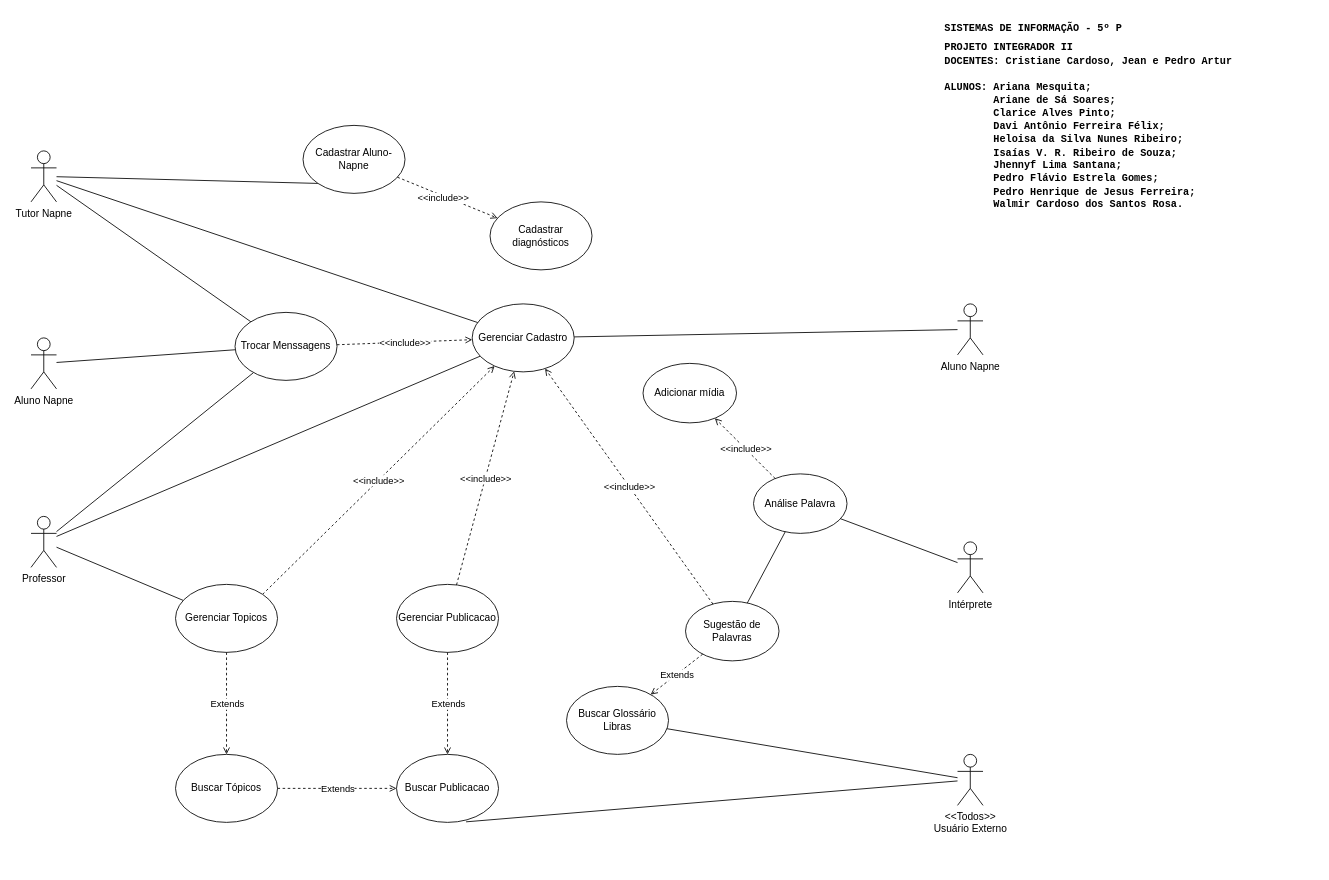
Above: Casos_Uso.drawio in arianamesquita/IFCoders (draw.io), before the change. Source tidied: cells renumbered, new cells numbered last; positions are measured from the earlier drawing's top-left corner, leaving out a move shared by most shapes. Both pictures are drawn from the tidied source at 85%, with x=0, y=0 at pixel (31, 23).
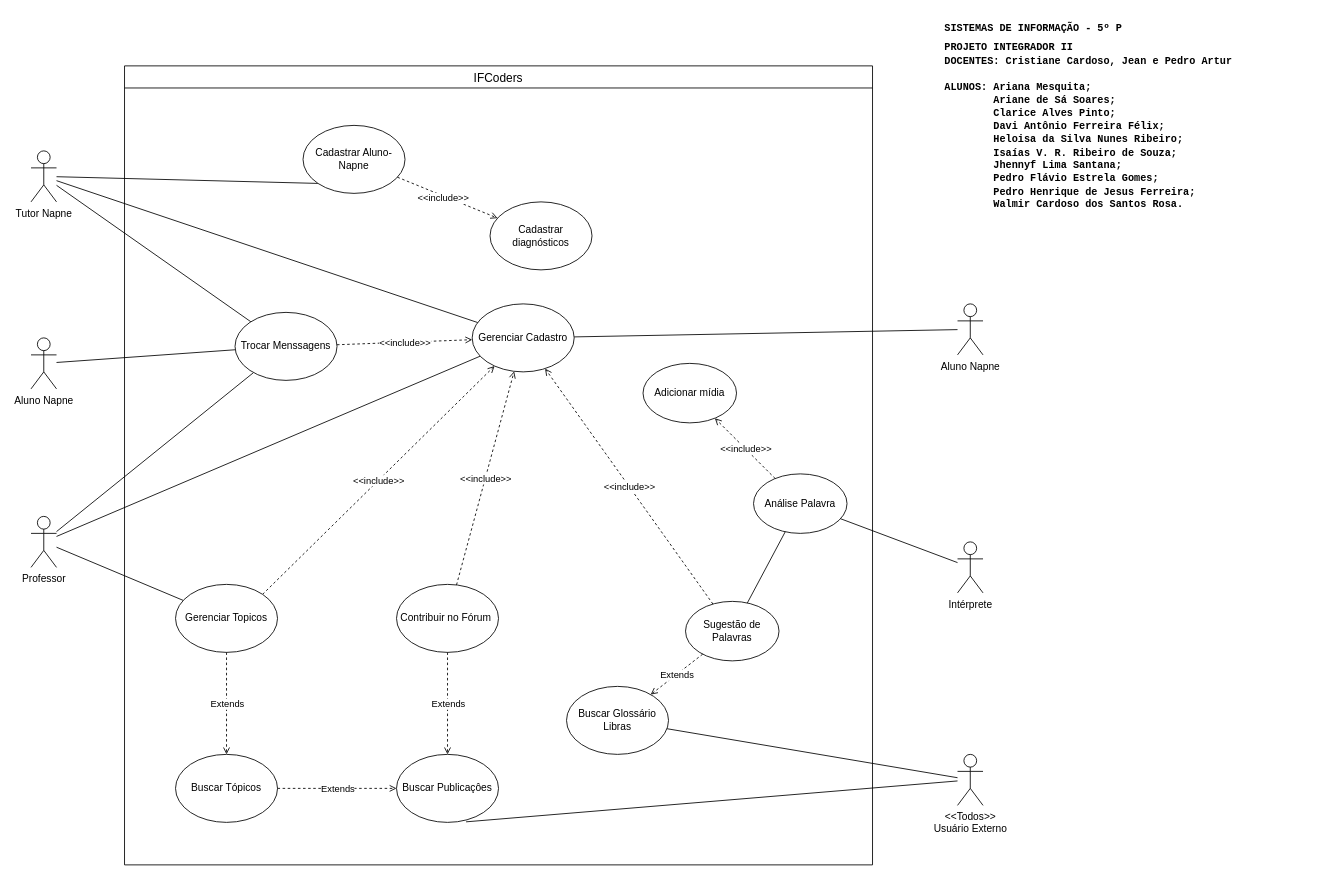
The same diagram, later.

What changed in the source:
```diff
@@
-    <mxCell id="35" value="Gerenciar Publicacao" style="ellipse;whiteSpace=wrap;html=1;" parent="1" vertex="1">
+    <mxCell id="35" value="Contribuir no Fórum&amp;nbsp;" style="ellipse;whiteSpace=wrap;html=1;" parent="1" vertex="1">
       <mxGeometry x="430" y="660" width="120" height="80" as="geometry" />
     </mxCell>
@@
-    <mxCell id="37" value="Buscar Publicacao" style="ellipse;whiteSpace=wrap;html=1;" parent="1" vertex="1">
+    <mxCell id="37" value="Buscar Publicaçôes" style="ellipse;whiteSpace=wrap;html=1;" parent="1" vertex="1">
       <mxGeometry x="430" y="860" width="120" height="80" as="geometry" />
     </mxCell>
@@
+    <mxCell id="52" value="IFCoders" style="swimlane;fontStyle=0;horizontal=1;startSize=26;align=center;fontSize=14;" parent="1" vertex="1">
+      <mxGeometry x="110" y="50" width="880" height="940" as="geometry" />
+    </mxCell>
```
